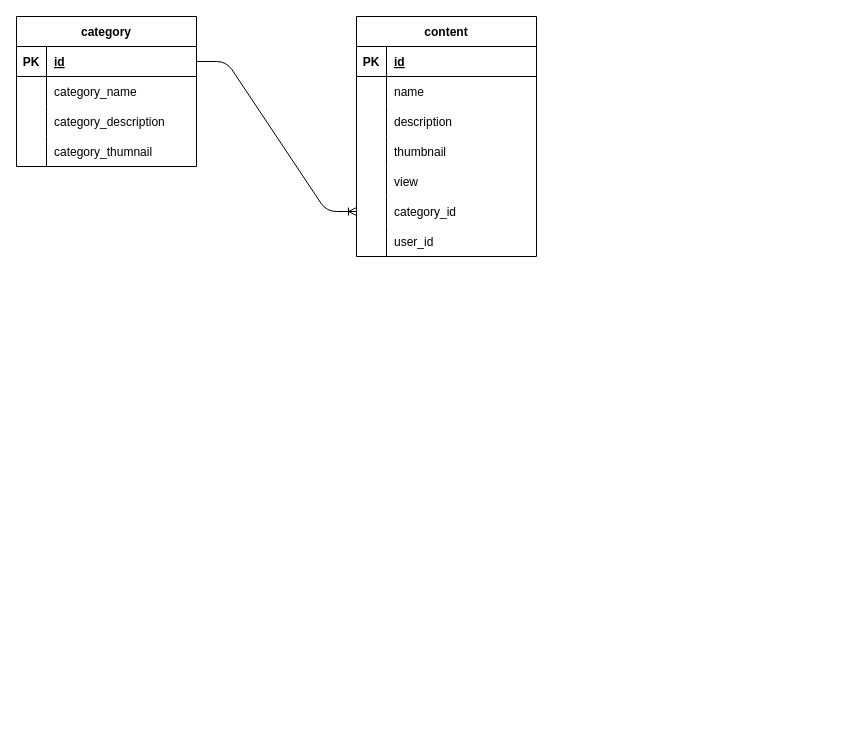
Earlier version of the draw.io diagram page "Page-2" (2 of 2) of app.drawio (luonverak/Laravel-Class-Sunday-1-5). Source tidied: cells renumbered, new cells numbered last; positions are measured from the earlier drawing's top-left corner, leaving out a move shared by most shapes. Both pictures are drawn from the tidied source at 100%, with x=0, y=0 at pixel (16, 16).
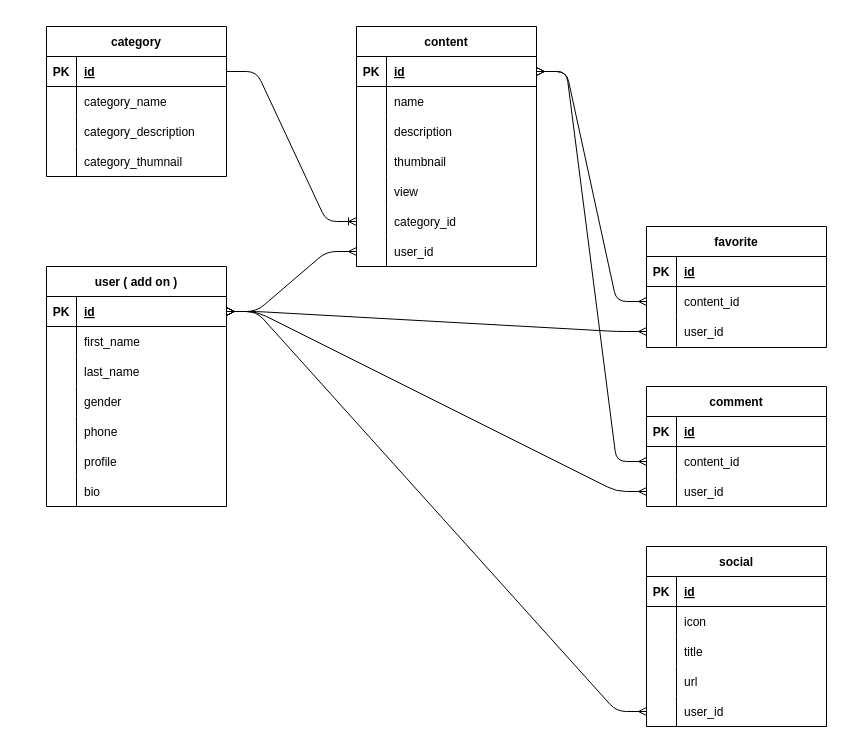
The same diagram, later.

Commit message:
databse_design

Unchanged cells that the change refers to:
```xml
<mxCell id="16" style="shape=tableRow;horizontal=0;startSize=0;swimlaneHead=0;swimlaneBody=0;fillColor=none;points=[[0,0.5],[1,0.5]];portConstraint=eastwest;top=0;left=0;right=0;bottom=1;" parent="15" vertex="1">
  <mxGeometry y="30" width="180" height="30" as="geometry" />
</mxCell>
<mxCell id="34" style="shape=tableRow;horizontal=0;startSize=0;swimlaneHead=0;swimlaneBody=0;fillColor=none;points=[[0,0.5],[1,0.5]];portConstraint=eastwest;top=0;left=0;right=0;bottom=0;" parent="15" vertex="1">
  <mxGeometry y="210" width="180" height="30" as="geometry" />
</mxCell>
```

What changed in the source:
```diff
@@
     <mxCell id="2" value="category" style="shape=table;startSize=30;childLayout=tableLayout;rowLines=0;fontStyle=1;align=center;" parent="1" vertex="1">
-      <mxGeometry width="180" height="150" as="geometry" />
+      <mxGeometry x="30" y="10" width="180" height="150" as="geometry" />
     </mxCell>
@@
     <mxCell id="15" value="content" style="shape=table;startSize=30;childLayout=tableLayout;rowLines=0;fontStyle=1;align=center;" parent="1" vertex="1">
-      <mxGeometry x="340" width="180" height="240" as="geometry" />
+      <mxGeometry x="340" y="10" width="180" height="240" as="geometry" />
     </mxCell>
@@
+    <mxCell id="38" value="user ( add on )" style="shape=table;startSize=30;childLayout=tableLayout;rowLines=0;fontStyle=1;align=center;" parent="1" vertex="1">
+      <mxGeometry x="30" y="250" width="180" height="240" as="geometry" />
+    </mxCell>
+    <mxCell id="39" style="shape=tableRow;horizontal=0;startSize=0;swimlaneHead=0;swimlaneBody=0;fillColor=none;points=[[0,0.5],[1,0.5]];portConstraint=eastwest;top=0;left=0;right=0;bottom=1;" parent="38" vertex="1">
+      <mxGeometry y="30" width="180" height="30" as="geometry" />
+    </mxCell>
+    <mxCell id="40" value="PK" style="shape=partialRectangle;fillColor=none;top=0;left=0;bottom=0;right=0;fontStyle=1;overflow=hidden;" parent="39" vertex="1">
+      <mxGeometry width="30" height="30" as="geometry" />
+    </mxCell>
+    <mxCell id="41" value="id" style="shape=partialRectangle;fillColor=none;top=0;left=0;bottom=0;right=0;align=left;spacingLeft=6;fontStyle=5;overflow=hidden;" parent="39" vertex="1">
+      <mxGeometry x="30" width="150" height="30" as="geometry" />
+    </mxCell>
+    <mxCell id="42" style="shape=tableRow;horizontal=0;startSize=0;swimlaneHead=0;swimlaneBody=0;fillColor=none;top=0;left=0;right=0;bottom=0;" parent="38" vertex="1">
+      <mxGeometry y="60" width="180" height="30" as="geometry" />
+    </mxCell>
+    <mxCell id="43" style="shape=partialRectangle;fillColor=none;top=0;left=0;bottom=0;right=0;overflow=hidden;" parent="42" vertex="1">
+      <mxGeometry width="30" height="30" as="geometry" />
+    </mxCell>
+    <mxCell id="44" value="first_name" style="shape=partialRectangle;fillColor=none;top=0;left=0;bottom=0;right=0;align=left;spacingLeft=6;overflow=hidden;" parent="42" vertex="1">
+      <mxGeometry x="30" width="150" height="30" as="geometry" />
+    </mxCell>
+    <mxCell id="45" style="shape=tableRow;horizontal=0;startSize=0;swimlaneHead=0;swimlaneBody=0;fillColor=none;top=0;left=0;right=0;bottom=0;" parent="38" vertex="1">
+      <mxGeometry y="90" width="180" height="30" as="geometry" />
+    </mxCell>
+    <mxCell id="46" style="shape=partialRectangle;fillColor=none;top=0;left=0;bottom=0;right=0;overflow=hidden;" parent="45" vertex="1">
+      <mxGeometry width="30" height="30" as="geometry" />
+    </mxCell>
+    <mxCell id="47" value="last_name" style="shape=partialRectangle;fillColor=none;top=0;left=0;bottom=0;right=0;align=left;spacingLeft=6;overflow=hidden;" parent="45" vertex="1">
+      <mxGeometry x="30" width="150" height="30" as="geometry" />
+    </mxCell>
+    <mxCell id="48" style="shape=tableRow;horizontal=0;startSize=0;swimlaneHead=0;swimlaneBody=0;fillColor=none;top=0;left=0;right=0;bottom=0;" parent="38" vertex="1">
+      <mxGeometry y="120" width="180" height="30" as="geometry" />
+    </mxCell>
+    <mxCell id="49" style="shape=partialRectangle;fillColor=none;top=0;left=0;bottom=0;right=0;overflow=hidden;" parent="48" vertex="1">
+      <mxGeometry width="30" height="30" as="geometry" />
+    </mxCell>
+    <mxCell id="50" value="gender" style="shape=partialRectangle;fillColor=none;top=0;left=0;bottom=0;right=0;align=left;spacingLeft=6;overflow=hidden;" parent="48" vertex="1">
+      <mxGeometry x="30" width="150" height="30" as="geometry" />
+    </mxCell>
+    <mxCell id="51" style="shape=tableRow;horizontal=0;startSize=0;swimlaneHead=0;swimlaneBody=0;fillColor=none;top=0;left=0;right=0;bottom=0;" parent="38" vertex="1">
+      <mxGeometry y="150" width="180" height="30" as="geometry" />
+    </mxCell>
+    <mxCell id="52" style="shape=partialRectangle;fillColor=none;top=0;left=0;bottom=0;right=0;overflow=hidden;" parent="51" vertex="1">
+      <mxGeometry width="30" height="30" as="geometry" />
+    </mxCell>
+    <mxCell id="53" value="phone" style="shape=partialRectangle;fillColor=none;top=0;left=0;bottom=0;right=0;align=left;spacingLeft=6;overflow=hidden;" parent="51" vertex="1">
+      <mxGeometry x="30" width="150" height="30" as="geometry" />
+    </mxCell>
+    <mxCell id="54" style="shape=tableRow;horizontal=0;startSize=0;swimlaneHead=0;swimlaneBody=0;fillColor=none;top=0;left=0;right=0;bottom=0;" parent="38" vertex="1">
+      <mxGeometry y="180" width="180" height="30" as="geometry" />
+    </mxCell>
+    <mxCell id="55" style="shape=partialRectangle;fillColor=none;top=0;left=0;bottom=0;right=0;overflow=hidden;" parent="54" vertex="1">
+      <mxGeometry width="30" height="30" as="geometry" />
+    </mxCell>
+    <mxCell id="56" value="profile" style="shape=partialRectangle;fillColor=none;top=0;left=0;bottom=0;right=0;align=left;spacingLeft=6;overflow=hidden;" parent="54" vertex="1">
+      <mxGeometry x="30" width="150" height="30" as="geometry" />
+    </mxCell>
+    <mxCell id="57" style="shape=tableRow;horizontal=0;startSize=0;swimlaneHead=0;swimlaneBody=0;fillColor=none;top=0;left=0;right=0;bottom=0;" parent="38" vertex="1">
+      <mxGeometry y="210" width="180" height="30" as="geometry" />
+    </mxCell>
+    <mxCell id="58" style="shape=partialRectangle;fillColor=none;top=0;left=0;bottom=0;right=0;overflow=hidden;" parent="57" vertex="1">
+      <mxGeometry width="30" height="30" as="geometry" />
+    </mxCell>
+    <mxCell id="59" value="bio" style="shape=partialRectangle;fillColor=none;top=0;left=0;bottom=0;right=0;align=left;spacingLeft=6;overflow=hidden;" parent="57" vertex="1">
+      <mxGeometry x="30" width="150" height="30" as="geometry" />
+    </mxCell>
+    <mxCell id="60" style="edgeStyle=entityRelationEdgeStyle;fontSize=12;html=1;endArrow=ERmany;startArrow=ERmany;entryX=0;entryY=0.5;entryDx=0;entryDy=0;exitX=1;exitY=0.5;exitDx=0;exitDy=0;" parent="1" edge="1" source="39" target="34">
+      <mxGeometry relative="1" as="geometry" />
+    </mxCell>
+    <mxCell id="61" value="favorite" style="shape=table;startSize=30;childLayout=tableLayout;rowLines=0;fontStyle=1;align=center;" parent="1" vertex="1">
+      <mxGeometry x="630" y="210" width="180" height="121" as="geometry" />
+    </mxCell>
+    <mxCell id="62" style="shape=tableRow;horizontal=0;startSize=0;swimlaneHead=0;swimlaneBody=0;fillColor=none;top=0;left=0;right=0;bottom=1;" parent="61" vertex="1">
+      <mxGeometry y="30" width="180" height="30" as="geometry" />
+    </mxCell>
+    <mxCell id="63" value="PK" style="shape=partialRectangle;fillColor=none;top=0;left=0;bottom=0;right=0;fontStyle=1;overflow=hidden;" parent="62" vertex="1">
+      <mxGeometry width="30" height="30" as="geometry" />
+    </mxCell>
+    <mxCell id="64" value="id" style="shape=partialRectangle;fillColor=none;top=0;left=0;bottom=0;right=0;align=left;spacingLeft=6;fontStyle=5;overflow=hidden;" parent="62" vertex="1">
+      <mxGeometry x="30" width="150" height="30" as="geometry" />
+    </mxCell>
+    <mxCell id="65" style="shape=tableRow;horizontal=0;startSize=0;swimlaneHead=0;swimlaneBody=0;fillColor=none;points=[[0,0.5],[1,0.5]];portConstraint=eastwest;top=0;left=0;right=0;bottom=0;" parent="61" vertex="1">
+      <mxGeometry y="60" width="180" height="30" as="geometry" />
+    </mxCell>
+    <mxCell id="66" style="shape=partialRectangle;fillColor=none;top=0;left=0;bottom=0;right=0;overflow=hidden;" parent="65" vertex="1">
+      <mxGeometry width="30" height="30" as="geometry" />
+    </mxCell>
+    <mxCell id="67" value="content_id" style="shape=partialRectangle;fillColor=none;top=0;left=0;bottom=0;right=0;align=left;spacingLeft=6;overflow=hidden;" parent="65" vertex="1">
+      <mxGeometry x="30" width="150" height="30" as="geometry" />
+    </mxCell>
+    <mxCell id="68" style="shape=tableRow;horizontal=0;startSize=0;swimlaneHead=0;swimlaneBody=0;fillColor=none;points=[[0,0.5],[1,0.5]];portConstraint=eastwest;top=0;left=0;right=0;bottom=0;" parent="61" vertex="1">
+      <mxGeometry y="90" width="180" height="30" as="geometry" />
+    </mxCell>
+    <mxCell id="69" style="shape=partialRectangle;fillColor=none;top=0;left=0;bottom=0;right=0;overflow=hidden;" parent="68" vertex="1">
+      <mxGeometry width="30" height="30" as="geometry" />
+    </mxCell>
+    <mxCell id="70" value="user_id" style="shape=partialRectangle;fillColor=none;top=0;left=0;bottom=0;right=0;align=left;spacingLeft=6;overflow=hidden;" parent="68" vertex="1">
+      <mxGeometry x="30" width="150" height="30" as="geometry" />
+    </mxCell>
+    <mxCell id="71" style="edgeStyle=entityRelationEdgeStyle;fontSize=12;html=1;endArrow=ERmany;startArrow=ERmany;exitX=1;exitY=0.5;exitDx=0;exitDy=0;entryX=0;entryY=0.5;entryDx=0;entryDy=0;" parent="1" edge="1" source="39" target="68">
+      <mxGeometry relative="1" as="geometry" />
+    </mxCell>
+    <mxCell id="72" style="edgeStyle=entityRelationEdgeStyle;fontSize=12;html=1;endArrow=ERmany;startArrow=ERmany;exitX=0;exitY=0.5;exitDx=0;exitDy=0;" parent="1" edge="1" source="65" target="16">
+      <mxGeometry relative="1" as="geometry" />
+    </mxCell>
+    <mxCell id="73" value="comment" style="shape=table;startSize=30;childLayout=tableLayout;rowLines=0;fontStyle=1;align=center;" parent="1" vertex="1">
+      <mxGeometry x="630" y="370" width="180" height="120" as="geometry" />
+    </mxCell>
+    <mxCell id="74" style="shape=tableRow;horizontal=0;startSize=0;swimlaneHead=0;swimlaneBody=0;fillColor=none;top=0;left=0;right=0;bottom=1;" parent="73" vertex="1">
+      <mxGeometry y="30" width="180" height="30" as="geometry" />
+    </mxCell>
+    <mxCell id="75" value="PK" style="shape=partialRectangle;fillColor=none;top=0;left=0;bottom=0;right=0;fontStyle=1;overflow=hidden;" parent="74" vertex="1">
+      <mxGeometry width="30" height="30" as="geometry" />
+    </mxCell>
+    <mxCell id="76" value="id" style="shape=partialRectangle;fillColor=none;top=0;left=0;bottom=0;right=0;align=left;spacingLeft=6;fontStyle=5;overflow=hidden;" parent="74" vertex="1">
+      <mxGeometry x="30" width="150" height="30" as="geometry" />
+    </mxCell>
+    <mxCell id="77" style="shape=tableRow;horizontal=0;startSize=0;swimlaneHead=0;swimlaneBody=0;fillColor=none;points=[[0,0.5],[1,0.5]];portConstraint=eastwest;top=0;left=0;right=0;bottom=0;" parent="73" vertex="1">
+      <mxGeometry y="60" width="180" height="30" as="geometry" />
+    </mxCell>
+    <mxCell id="78" style="shape=partialRectangle;fillColor=none;top=0;left=0;bottom=0;right=0;overflow=hidden;" parent="77" vertex="1">
+      <mxGeometry width="30" height="30" as="geometry" />
+    </mxCell>
+    <mxCell id="79" value="content_id" style="shape=partialRectangle;fillColor=none;top=0;left=0;bottom=0;right=0;align=left;spacingLeft=6;overflow=hidden;" parent="77" vertex="1">
+      <mxGeometry x="30" width="150" height="30" as="geometry" />
+    </mxCell>
+    <mxCell id="80" style="shape=tableRow;horizontal=0;startSize=0;swimlaneHead=0;swimlaneBody=0;fillColor=none;points=[[0,0.5],[1,0.5]];portConstraint=eastwest;top=0;left=0;right=0;bottom=0;" parent="73" vertex="1">
+      <mxGeometry y="90" width="180" height="30" as="geometry" />
+    </mxCell>
+    <mxCell id="81" style="shape=partialRectangle;fillColor=none;top=0;left=0;bottom=0;right=0;overflow=hidden;" parent="80" vertex="1">
+      <mxGeometry width="30" height="30" as="geometry" />
+    </mxCell>
+    <mxCell id="82" value="user_id" style="shape=partialRectangle;fillColor=none;top=0;left=0;bottom=0;right=0;align=left;spacingLeft=6;overflow=hidden;" parent="80" vertex="1">
+      <mxGeometry x="30" width="150" height="30" as="geometry" />
+    </mxCell>
+    <mxCell id="83" style="edgeStyle=entityRelationEdgeStyle;fontSize=12;html=1;endArrow=ERmany;startArrow=ERmany;exitX=0;exitY=0.5;exitDx=0;exitDy=0;entryX=1;entryY=0.5;entryDx=0;entryDy=0;" parent="1" edge="1" source="77" target="16">
+      <mxGeometry relative="1" as="geometry" />
+    </mxCell>
+    <mxCell id="84" style="edgeStyle=entityRelationEdgeStyle;fontSize=12;html=1;endArrow=ERmany;startArrow=ERmany;entryX=0;entryY=0.5;entryDx=0;entryDy=0;" parent="1" edge="1" source="39" target="80">
+      <mxGeometry relative="1" as="geometry" />
+    </mxCell>
+    <mxCell id="85" value="social" style="shape=table;startSize=30;childLayout=tableLayout;rowLines=0;fontStyle=1;align=center;" parent="1" vertex="1">
+      <mxGeometry x="630" y="530" width="180" height="180" as="geometry" />
+    </mxCell>
+    <mxCell id="86" style="shape=tableRow;horizontal=0;startSize=0;swimlaneHead=0;swimlaneBody=0;fillColor=none;top=0;left=0;right=0;bottom=1;" parent="85" vertex="1">
+      <mxGeometry y="30" width="180" height="30" as="geometry" />
+    </mxCell>
+    <mxCell id="87" value="PK" style="shape=partialRectangle;fillColor=none;top=0;left=0;bottom=0;right=0;fontStyle=1;overflow=hidden;" parent="86" vertex="1">
+      <mxGeometry width="30" height="30" as="geometry" />
+    </mxCell>
+    <mxCell id="88" value="id" style="shape=partialRectangle;fillColor=none;top=0;left=0;bottom=0;right=0;align=left;spacingLeft=6;fontStyle=5;overflow=hidden;" parent="86" vertex="1">
+      <mxGeometry x="30" width="150" height="30" as="geometry" />
+    </mxCell>
+    <mxCell id="89" style="shape=tableRow;horizontal=0;startSize=0;swimlaneHead=0;swimlaneBody=0;fillColor=none;top=0;left=0;right=0;bottom=0;" parent="85" vertex="1">
+      <mxGeometry y="60" width="180" height="30" as="geometry" />
+    </mxCell>
+    <mxCell id="90" style="shape=partialRectangle;fillColor=none;top=0;left=0;bottom=0;right=0;overflow=hidden;" parent="89" vertex="1">
+      <mxGeometry width="30" height="30" as="geometry" />
+    </mxCell>
+    <mxCell id="91" value="icon" style="shape=partialRectangle;fillColor=none;top=0;left=0;bottom=0;right=0;align=left;spacingLeft=6;overflow=hidden;" parent="89" vertex="1">
+      <mxGeometry x="30" width="150" height="30" as="geometry" />
+    </mxCell>
+    <mxCell id="92" style="shape=tableRow;horizontal=0;startSize=0;swimlaneHead=0;swimlaneBody=0;fillColor=none;top=0;left=0;right=0;bottom=0;" parent="85" vertex="1">
+      <mxGeometry y="90" width="180" height="30" as="geometry" />
+    </mxCell>
+    <mxCell id="93" style="shape=partialRectangle;fillColor=none;top=0;left=0;bottom=0;right=0;overflow=hidden;" parent="92" vertex="1">
+      <mxGeometry width="30" height="30" as="geometry" />
+    </mxCell>
+    <mxCell id="94" value="title" style="shape=partialRectangle;fillColor=none;top=0;left=0;bottom=0;right=0;align=left;spacingLeft=6;overflow=hidden;" parent="92" vertex="1">
+      <mxGeometry x="30" width="150" height="30" as="geometry" />
+    </mxCell>
+    <mxCell id="95" style="shape=tableRow;horizontal=0;startSize=0;swimlaneHead=0;swimlaneBody=0;fillColor=none;top=0;left=0;right=0;bottom=0;" parent="85" vertex="1">
+      <mxGeometry y="120" width="180" height="30" as="geometry" />
+    </mxCell>
+    <mxCell id="96" style="shape=partialRectangle;fillColor=none;top=0;left=0;bottom=0;right=0;overflow=hidden;" parent="95" vertex="1">
+      <mxGeometry width="30" height="30" as="geometry" />
+    </mxCell>
+    <mxCell id="97" value="url" style="shape=partialRectangle;fillColor=none;top=0;left=0;bottom=0;right=0;align=left;spacingLeft=6;overflow=hidden;" parent="95" vertex="1">
+      <mxGeometry x="30" width="150" height="30" as="geometry" />
+    </mxCell>
+    <mxCell id="98" style="shape=tableRow;horizontal=0;startSize=0;swimlaneHead=0;swimlaneBody=0;fillColor=none;points=[[0,0.5],[1,0.5]];portConstraint=eastwest;top=0;left=0;right=0;bottom=0;" parent="85" vertex="1">
+      <mxGeometry y="150" width="180" height="30" as="geometry" />
+    </mxCell>
+    <mxCell id="99" style="shape=partialRectangle;fillColor=none;top=0;left=0;bottom=0;right=0;overflow=hidden;" parent="98" vertex="1">
+      <mxGeometry width="30" height="30" as="geometry" />
+    </mxCell>
+    <mxCell id="100" value="user_id" style="shape=partialRectangle;fillColor=none;top=0;left=0;bottom=0;right=0;align=left;spacingLeft=6;overflow=hidden;" parent="98" vertex="1">
+      <mxGeometry x="30" width="150" height="30" as="geometry" />
+    </mxCell>
+    <mxCell id="101" style="edgeStyle=entityRelationEdgeStyle;fontSize=12;html=1;endArrow=ERmany;startArrow=ERmany;exitX=1;exitY=0.5;exitDx=0;exitDy=0;" parent="1" edge="1" source="39" target="98">
+      <mxGeometry relative="1" as="geometry" />
+    </mxCell>
```
